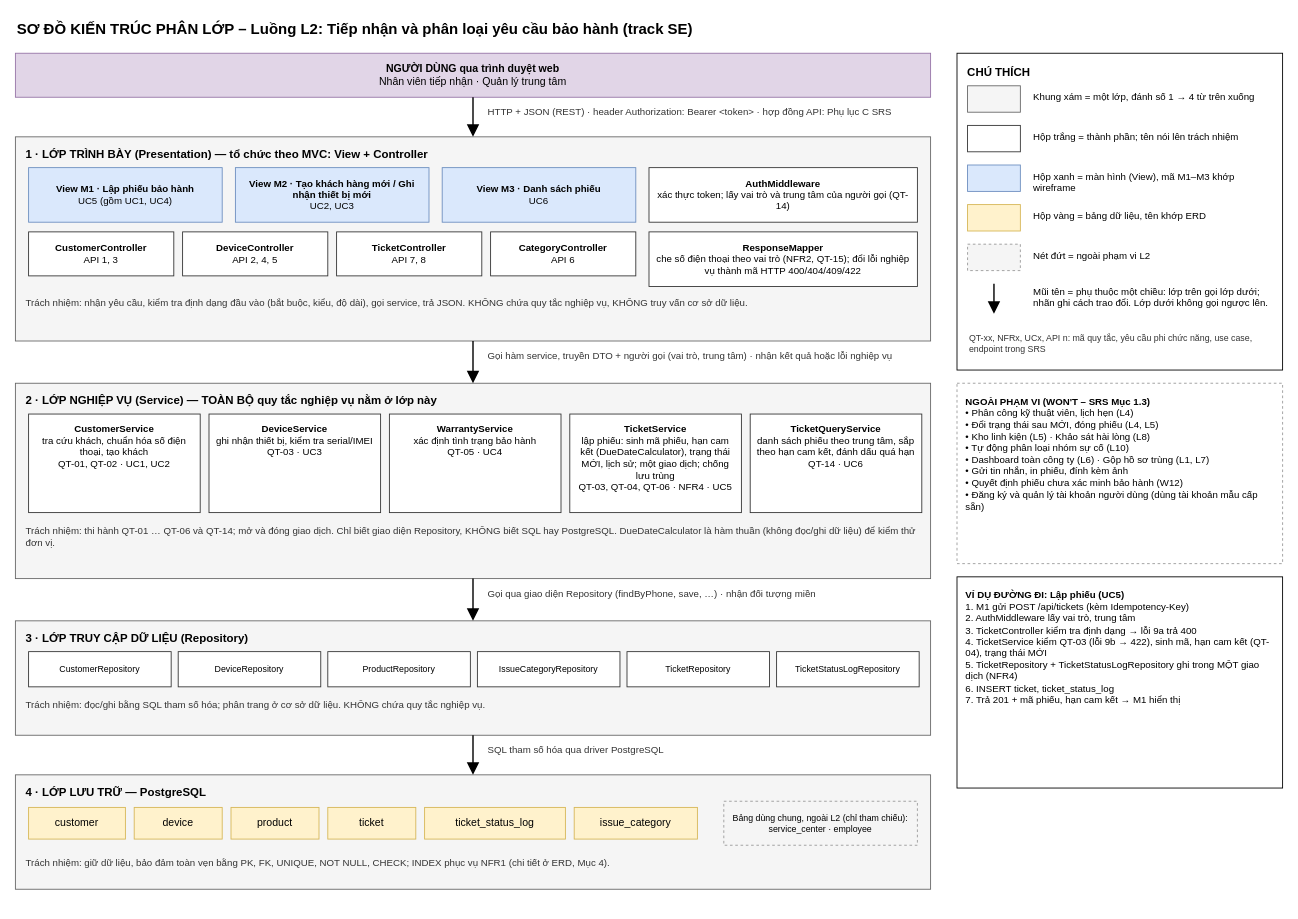
The draw.io diagram docs/architecture.drawio in vietphubdp/cdtn1-vophamvietphu-2, before the edit. Source tidied: cells renumbered, new cells numbered last; positions are measured from the earlier drawing's top-left corner, leaving out a move shared by most shapes. Both pictures are drawn from the tidied source at 88%, with x=0, y=0 at pixel (15, 15).
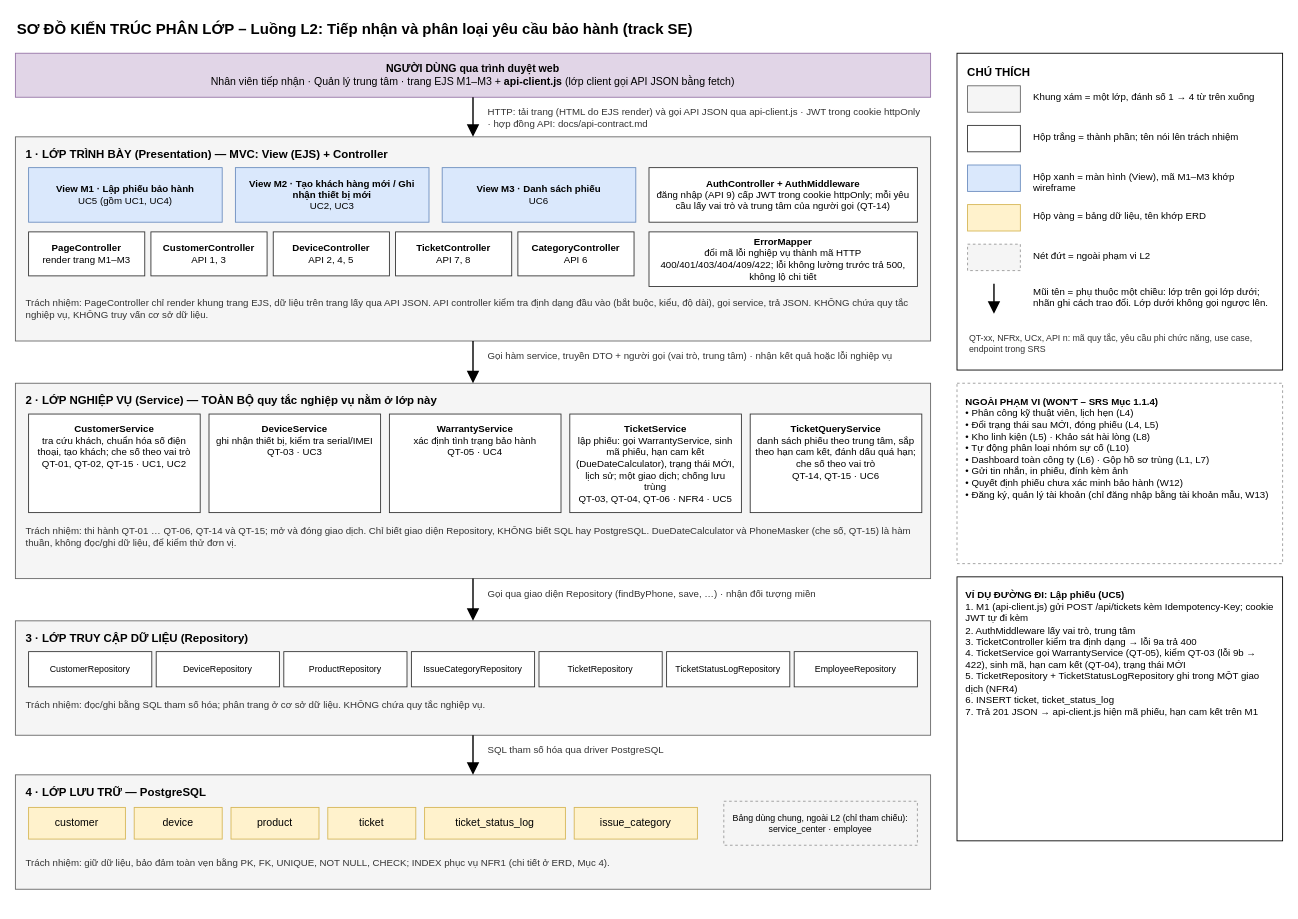
After the change.

Commit message (it also covers changes not shown here):
docs(arch): tách trang EJS và API JSON, chuyển che số điện thoại xuống Service

What changed in the source:
```diff
@@
-    <mxCell id="3" value="&lt;b&gt;NGƯỜI DÙNG qua trình duyệt web&lt;/b&gt;&lt;br&gt;Nhân viên tiếp nhận · Quản lý trung tâm" style="whiteSpace=wrap;html=1;fontSize=12;fontFamily=Helvetica;fontColor=#000000;align=center;verticalAlign=middle;spacing=6;strokeWidth=1;fillColor=#e1d5e7;strokeColor=#9673a6;" parent="1" vertex="1">
+    <mxCell id="3" value="&lt;b&gt;NGƯỜI DÙNG qua trình duyệt web&lt;/b&gt;&lt;br&gt;Nhân viên tiếp nhận · Quản lý trung tâm · trang EJS M1–M3 + &lt;b&gt;api-client.js&lt;/b&gt; (lớp client gọi API JSON bằng fetch)" style="whiteSpace=wrap;html=1;fontSize=12;fontFamily=Helvetica;fontColor=#000000;align=center;verticalAlign=middle;spacing=6;strokeWidth=1;fillColor=#e1d5e7;strokeColor=#9673a6;" parent="1" vertex="1">
       <mxGeometry y="43" width="1040" height="50" as="geometry" />
     </mxCell>
-    <mxCell id="4" value="HTTP + JSON (REST) · header Authorization: Bearer &amp;lt;token&amp;gt; · hợp đồng API: Phụ lục C SRS" style="text;whiteSpace=wrap;html=1;fontSize=11;fontFamily=Helvetica;fontColor=#333333;align=left;verticalAlign=top;spacing=2;strokeWidth=1;fillColor=none;strokeColor=none;" parent="1" vertex="1">
+    <mxCell id="4" value="HTTP: tải trang (HTML do EJS render) và gọi API JSON qua api-client.js · JWT trong cookie httpOnly · hợp đồng API: docs/api-contract.md" style="text;whiteSpace=wrap;html=1;fontSize=11;fontFamily=Helvetica;fontColor=#333333;align=left;verticalAlign=top;spacing=2;strokeWidth=1;fillColor=none;strokeColor=none;" parent="1" vertex="1">
       <mxGeometry x="535" y="97" width="500" height="40" as="geometry" />
     </mxCell>
@@
-    <mxCell id="6" value="&lt;b&gt;1 · LỚP TRÌNH BÀY (Presentation) — tổ chức theo MVC: View + Controller&lt;/b&gt;" style="text;whiteSpace=wrap;html=1;fontSize=13;fontFamily=Helvetica;fontColor=#000000;align=left;verticalAlign=top;spacing=2;strokeWidth=1;fillColor=none;strokeColor=none;" parent="1" vertex="1">
+    <mxCell id="6" value="&lt;b&gt;1 · LỚP TRÌNH BÀY (Presentation) — MVC: View (EJS) + Controller&lt;/b&gt;" style="text;whiteSpace=wrap;html=1;fontSize=13;fontFamily=Helvetica;fontColor=#000000;align=left;verticalAlign=top;spacing=2;strokeWidth=1;fillColor=none;strokeColor=none;" parent="1" vertex="1">
       <mxGeometry x="10" y="143" width="900" height="22" as="geometry" />
     </mxCell>
@@
+    <mxCell id="68" value="&lt;b&gt;PageController&lt;/b&gt;&lt;br&gt;render trang M1–M3" style="whiteSpace=wrap;html=1;fontSize=11;fontFamily=Helvetica;fontColor=#000000;align=center;verticalAlign=middle;spacing=6;strokeWidth=1;fillColor=#ffffff;strokeColor=#333333;" parent="1" vertex="1">
+      <mxGeometry x="15" y="246" width="132" height="50" as="geometry" />
+    </mxCell>
     <mxCell id="10" value="&lt;b&gt;CustomerController&lt;/b&gt;&lt;br&gt;API 1, 3" style="whiteSpace=wrap;html=1;fontSize=11;fontFamily=Helvetica;fontColor=#000000;align=center;verticalAlign=middle;spacing=6;strokeWidth=1;fillColor=#ffffff;strokeColor=#333333;" parent="1" vertex="1">
-      <mxGeometry x="15" y="246" width="165" height="50" as="geometry" />
+      <mxGeometry x="154" y="246" width="132" height="50" as="geometry" />
     </mxCell>
     <mxCell id="11" value="&lt;b&gt;DeviceController&lt;/b&gt;&lt;br&gt;API 2, 4, 5" style="whiteSpace=wrap;html=1;fontSize=11;fontFamily=Helvetica;fontColor=#000000;align=center;verticalAlign=middle;spacing=6;strokeWidth=1;fillColor=#ffffff;strokeColor=#333333;" parent="1" vertex="1">
-      <mxGeometry x="190" y="246" width="165" height="50" as="geometry" />
+      <mxGeometry x="293" y="246" width="132" height="50" as="geometry" />
     </mxCell>
     <mxCell id="12" value="&lt;b&gt;TicketController&lt;/b&gt;&lt;br&gt;API 7, 8" style="whiteSpace=wrap;html=1;fontSize=11;fontFamily=Helvetica;fontColor=#000000;align=center;verticalAlign=middle;spacing=6;strokeWidth=1;fillColor=#ffffff;strokeColor=#333333;" parent="1" vertex="1">
-      <mxGeometry x="365" y="246" width="165" height="50" as="geometry" />
+      <mxGeometry x="432" y="246" width="132" height="50" as="geometry" />
     </mxCell>
     <mxCell id="13" value="&lt;b&gt;CategoryController&lt;/b&gt;&lt;br&gt;API 6" style="whiteSpace=wrap;html=1;fontSize=11;fontFamily=Helvetica;fontColor=#000000;align=center;verticalAlign=middle;spacing=6;strokeWidth=1;fillColor=#ffffff;strokeColor=#333333;" parent="1" vertex="1">
-      <mxGeometry x="540" y="246" width="165" height="50" as="geometry" />
+      <mxGeometry x="571" y="246" width="132" height="50" as="geometry" />
     </mxCell>
-    <mxCell id="14" value="&lt;b&gt;AuthMiddleware&lt;/b&gt;&lt;br&gt;xác thực token; lấy vai trò và trung tâm của người gọi (QT-14)" style="whiteSpace=wrap;html=1;fontSize=11;fontFamily=Helvetica;fontColor=#000000;align=center;verticalAlign=middle;spacing=6;strokeWidth=1;fillColor=#ffffff;strokeColor=#333333;" parent="1" vertex="1">
+    <mxCell id="14" value="&lt;b&gt;AuthController + AuthMiddleware&lt;/b&gt;&lt;br&gt;đăng nhập (API 9) cấp JWT trong cookie httpOnly; mỗi yêu cầu lấy vai trò và trung tâm của người gọi (QT-14)" style="whiteSpace=wrap;html=1;fontSize=11;fontFamily=Helvetica;fontColor=#000000;align=center;verticalAlign=middle;spacing=6;strokeWidth=1;fillColor=#ffffff;strokeColor=#333333;" parent="1" vertex="1">
       <mxGeometry x="720" y="173" width="305" height="62" as="geometry" />
     </mxCell>
-    <mxCell id="15" value="&lt;b&gt;ResponseMapper&lt;/b&gt;&lt;br&gt;che số điện thoại theo vai trò (NFR2, QT-15); đổi lỗi nghiệp vụ thành mã HTTP 400/404/409/422" style="whiteSpace=wrap;html=1;fontSize=11;fontFamily=Helvetica;fontColor=#000000;align=center;verticalAlign=middle;spacing=6;strokeWidth=1;fillColor=#ffffff;strokeColor=#333333;" parent="1" vertex="1">
+    <mxCell id="15" value="&lt;b&gt;ErrorMapper&lt;/b&gt;&lt;br&gt;đổi mã lỗi nghiệp vụ thành mã HTTP 400/401/403/404/409/422; lỗi không lường trước trả 500, không lộ chi tiết" style="whiteSpace=wrap;html=1;fontSize=11;fontFamily=Helvetica;fontColor=#000000;align=center;verticalAlign=middle;spacing=6;strokeWidth=1;fillColor=#ffffff;strokeColor=#333333;" parent="1" vertex="1">
       <mxGeometry x="720" y="246" width="305" height="62" as="geometry" />
     </mxCell>
-    <mxCell id="16" value="Trách nhiệm: nhận yêu cầu, kiểm tra định dạng đầu vào (bắt buộc, kiểu, độ dài), gọi service, trả JSON. KHÔNG chứa quy tắc nghiệp vụ, KHÔNG truy vấn cơ sở dữ liệu." style="text;whiteSpace=wrap;html=1;fontSize=11;fontFamily=Helvetica;fontColor=#333333;align=left;verticalAlign=top;spacing=2;strokeWidth=1;fillColor=none;strokeColor=none;" parent="1" vertex="1">
+    <mxCell id="16" value="Trách nhiệm: PageController chỉ render khung trang EJS, dữ liệu trên trang lấy qua API JSON. API controller kiểm tra định dạng đầu vào (bắt buộc, kiểu, độ dài), gọi service, trả JSON. KHÔNG chứa quy tắc nghiệp vụ, KHÔNG truy vấn cơ sở dữ liệu." style="text;whiteSpace=wrap;html=1;fontSize=11;fontFamily=Helvetica;fontColor=#333333;align=left;verticalAlign=top;spacing=2;strokeWidth=1;fillColor=none;strokeColor=none;" parent="1" vertex="1">
       <mxGeometry x="10" y="314" width="1020" height="52" as="geometry" />
     </mxCell>
@@
-    <mxCell id="20" value="&lt;b&gt;CustomerService&lt;/b&gt;&lt;br&gt;tra cứu khách, chuẩn hóa số điện thoại, tạo khách&lt;br&gt;QT-01, QT-02 · UC1, UC2" style="whiteSpace=wrap;html=1;fontSize=11;fontFamily=Helvetica;fontColor=#000000;align=center;verticalAlign=top;spacing=6;strokeWidth=1;fillColor=#ffffff;strokeColor=#333333;" parent="1" vertex="1">
+    <mxCell id="20" value="&lt;b&gt;CustomerService&lt;/b&gt;&lt;br&gt;tra cứu khách, chuẩn hóa số điện thoại, tạo khách; che số theo vai trò&lt;br&gt;QT-01, QT-02, QT-15 · UC1, UC2" style="whiteSpace=wrap;html=1;fontSize=11;fontFamily=Helvetica;fontColor=#000000;align=center;verticalAlign=top;spacing=6;strokeWidth=1;fillColor=#ffffff;strokeColor=#333333;" parent="1" vertex="1">
       <mxGeometry x="15" y="453" width="195" height="112" as="geometry" />
     </mxCell>
@@
-    <mxCell id="23" value="&lt;b&gt;TicketService&lt;/b&gt;&lt;br&gt;lập phiếu: sinh mã phiếu, hạn cam kết (DueDateCalculator), trạng thái MỚI, lịch sử; một giao dịch; chống lưu trùng&lt;br&gt;QT-03, QT-04, QT-06 · NFR4 · UC5" style="whiteSpace=wrap;html=1;fontSize=11;fontFamily=Helvetica;fontColor=#000000;align=center;verticalAlign=top;spacing=6;strokeWidth=1;fillColor=#ffffff;strokeColor=#333333;" parent="1" vertex="1">
+    <mxCell id="23" value="&lt;b&gt;TicketService&lt;/b&gt;&lt;br&gt;lập phiếu: gọi WarrantyService, sinh mã phiếu, hạn cam kết (DueDateCalculator), trạng thái MỚI, lịch sử; một giao dịch; chống lưu trùng&lt;br&gt;QT-03, QT-04, QT-06 · NFR4 · UC5" style="whiteSpace=wrap;html=1;fontSize=11;fontFamily=Helvetica;fontColor=#000000;align=center;verticalAlign=top;spacing=6;strokeWidth=1;fillColor=#ffffff;strokeColor=#333333;" parent="1" vertex="1">
       <mxGeometry x="630" y="453" width="195" height="112" as="geometry" />
     </mxCell>
-    <mxCell id="24" value="&lt;b&gt;TicketQueryService&lt;/b&gt;&lt;br&gt;danh sách phiếu theo trung tâm, sắp theo hạn cam kết, đánh dấu quá hạn&lt;br&gt;QT-14 · UC6" style="whiteSpace=wrap;html=1;fontSize=11;fontFamily=Helvetica;fontColor=#000000;align=center;verticalAlign=top;spacing=6;strokeWidth=1;fillColor=#ffffff;strokeColor=#333333;" parent="1" vertex="1">
+    <mxCell id="24" value="&lt;b&gt;TicketQueryService&lt;/b&gt;&lt;br&gt;danh sách phiếu theo trung tâm, sắp theo hạn cam kết, đánh dấu quá hạn; che số theo vai trò&lt;br&gt;QT-14, QT-15 · UC6" style="whiteSpace=wrap;html=1;fontSize=11;fontFamily=Helvetica;fontColor=#000000;align=center;verticalAlign=top;spacing=6;strokeWidth=1;fillColor=#ffffff;strokeColor=#333333;" parent="1" vertex="1">
       <mxGeometry x="835" y="453" width="195" height="112" as="geometry" />
     </mxCell>
-    <mxCell id="25" value="Trách nhiệm: thi hành QT-01 … QT-06 và QT-14; mở và đóng giao dịch. Chỉ biết giao diện Repository, KHÔNG biết SQL hay PostgreSQL. DueDateCalculator là hàm thuần (không đọc/ghi dữ liệu) để kiểm thử đơn vị." style="text;whiteSpace=wrap;html=1;fontSize=11;fontFamily=Helvetica;fontColor=#333333;align=left;verticalAlign=top;spacing=2;strokeWidth=1;fillColor=none;strokeColor=none;" parent="1" vertex="1">
+    <mxCell id="25" value="Trách nhiệm: thi hành QT-01 … QT-06, QT-14 và QT-15; mở và đóng giao dịch. Chỉ biết giao diện Repository, KHÔNG biết SQL hay PostgreSQL. DueDateCalculator và PhoneMasker (che số, QT-15) là hàm thuần, không đọc/ghi dữ liệu, để kiểm thử đơn vị." style="text;whiteSpace=wrap;html=1;fontSize=11;fontFamily=Helvetica;fontColor=#333333;align=left;verticalAlign=top;spacing=2;strokeWidth=1;fillColor=none;strokeColor=none;" parent="1" vertex="1">
       <mxGeometry x="10" y="573" width="1020" height="60" as="geometry" />
     </mxCell>
@@
     <mxCell id="29" value="CustomerRepository" style="whiteSpace=wrap;html=1;fontSize=10;fontFamily=Helvetica;fontColor=#000000;align=center;verticalAlign=middle;spacing=3;strokeWidth=1;fillColor=#ffffff;strokeColor=#333333;" parent="1" vertex="1">
-      <mxGeometry x="15" y="723" width="162" height="40" as="geometry" />
+      <mxGeometry x="15" y="723" width="140" height="40" as="geometry" />
     </mxCell>
     <mxCell id="30" value="DeviceRepository" style="whiteSpace=wrap;html=1;fontSize=10;fontFamily=Helvetica;fontColor=#000000;align=center;verticalAlign=middle;spacing=3;strokeWidth=1;fillColor=#ffffff;strokeColor=#333333;" parent="1" vertex="1">
-      <mxGeometry x="185" y="723" width="162" height="40" as="geometry" />
+      <mxGeometry x="160" y="723" width="140" height="40" as="geometry" />
     </mxCell>
     <mxCell id="31" value="ProductRepository" style="whiteSpace=wrap;html=1;fontSize=10;fontFamily=Helvetica;fontColor=#000000;align=center;verticalAlign=middle;spacing=3;strokeWidth=1;fillColor=#ffffff;strokeColor=#333333;" parent="1" vertex="1">
-      <mxGeometry x="355" y="723" width="162" height="40" as="geometry" />
+      <mxGeometry x="305" y="723" width="140" height="40" as="geometry" />
     </mxCell>
     <mxCell id="32" value="IssueCategoryRepository" style="whiteSpace=wrap;html=1;fontSize=10;fontFamily=Helvetica;fontColor=#000000;align=center;verticalAlign=middle;spacing=3;strokeWidth=1;fillColor=#ffffff;strokeColor=#333333;" parent="1" vertex="1">
-      <mxGeometry x="525" y="723" width="162" height="40" as="geometry" />
+      <mxGeometry x="450" y="723" width="140" height="40" as="geometry" />
     </mxCell>
     <mxCell id="33" value="TicketRepository" style="whiteSpace=wrap;html=1;fontSize=10;fontFamily=Helvetica;fontColor=#000000;align=center;verticalAlign=middle;spacing=3;strokeWidth=1;fillColor=#ffffff;strokeColor=#333333;" parent="1" vertex="1">
-      <mxGeometry x="695" y="723" width="162" height="40" as="geometry" />
+      <mxGeometry x="595" y="723" width="140" height="40" as="geometry" />
     </mxCell>
     <mxCell id="34" value="TicketStatusLogRepository" style="whiteSpace=wrap;html=1;fontSize=10;fontFamily=Helvetica;fontColor=#000000;align=center;verticalAlign=middle;spacing=3;strokeWidth=1;fillColor=#ffffff;strokeColor=#333333;" parent="1" vertex="1">
-      <mxGeometry x="865" y="723" width="162" height="40" as="geometry" />
+      <mxGeometry x="740" y="723" width="140" height="40" as="geometry" />
     </mxCell>
+    <mxCell id="69" value="EmployeeRepository" style="whiteSpace=wrap;html=1;fontSize=10;fontFamily=Helvetica;fontColor=#000000;align=center;verticalAlign=middle;spacing=3;strokeWidth=1;fillColor=#ffffff;strokeColor=#333333;" parent="1" vertex="1">
+      <mxGeometry x="885" y="723" width="140" height="40" as="geometry" />
+    </mxCell>
@@
-    <mxCell id="61" value="&lt;b&gt;NGOÀI PHẠM VI (WON&amp;#x27;T – SRS Mục 1.3)&lt;/b&gt;&lt;br&gt;• Phân công kỹ thuật viên, lịch hẹn (L4)&lt;br&gt;• Đổi trạng thái sau MỚI, đóng phiếu (L4, L5)&lt;br&gt;• Kho linh kiện (L5) · Khảo sát hài lòng (L8)&lt;br&gt;• Tự động phân loại nhóm sự cố (L10)&lt;br&gt;• Dashboard toàn công ty (L6) · Gộp hồ sơ trùng (L1, L7)&lt;br&gt;• Gửi tin nhắn, in phiếu, đính kèm ảnh&lt;br&gt;• Quyết định phiếu chưa xác minh bảo hành (W12)&lt;br&gt;• Đăng ký và quản lý tài khoản người dùng (dùng tài khoản mẫu cấp sẵn)" style="whiteSpace=wrap;html=1;fontSize=11;fontFamily=Helvetica;fontColor=#000000;align=left;verticalAlign=top;spacing=10;strokeWidth=1;fillColor=#ffffff;strokeColor=#999999;dashed=1;" parent="1" vertex="1">
+    <mxCell id="61" value="&lt;b&gt;NGOÀI PHẠM VI (WON'T – SRS Mục 1.1.4)&lt;/b&gt;&lt;br&gt;• Phân công kỹ thuật viên, lịch hẹn (L4)&lt;br&gt;• Đổi trạng thái sau MỚI, đóng phiếu (L4, L5)&lt;br&gt;• Kho linh kiện (L5) · Khảo sát hài lòng (L8)&lt;br&gt;• Tự động phân loại nhóm sự cố (L10)&lt;br&gt;• Dashboard toàn công ty (L6) · Gộp hồ sơ trùng (L1, L7)&lt;br&gt;• Gửi tin nhắn, in phiếu, đính kèm ảnh&lt;br&gt;• Quyết định phiếu chưa xác minh bảo hành (W12)&lt;br&gt;• Đăng ký, quản lý tài khoản (chỉ đăng nhập bằng tài khoản mẫu, W13)" style="whiteSpace=wrap;html=1;fontSize=11;fontFamily=Helvetica;fontColor=#000000;align=left;verticalAlign=top;spacing=10;strokeWidth=1;fillColor=#ffffff;strokeColor=#999999;dashed=1;" parent="1" vertex="1">
       <mxGeometry x="1070" y="418" width="370" height="205" as="geometry" />
     </mxCell>
-    <mxCell id="62" value="&lt;b&gt;VÍ DỤ ĐƯỜNG ĐI: Lập phiếu (UC5)&lt;/b&gt;&lt;br&gt;1. M1 gửi POST /api/tickets (kèm Idempotency-Key)&lt;br&gt;2. AuthMiddleware lấy vai trò, trung tâm&lt;br&gt;3. TicketController kiểm tra định dạng → lỗi 9a trả 400&lt;br&gt;4. TicketService kiểm QT-03 (lỗi 9b → 422), sinh mã, hạn cam kết (QT-04), trạng thái MỚI&lt;br&gt;5. TicketRepository + TicketStatusLogRepository ghi trong MỘT giao dịch (NFR4)&lt;br&gt;6. INSERT ticket, ticket_status_log&lt;br&gt;7. Trả 201 + mã phiếu, hạn cam kết → M1 hiển thị" style="whiteSpace=wrap;html=1;fontSize=11;fontFamily=Helvetica;fontColor=#000000;align=left;verticalAlign=top;spacing=10;strokeWidth=1;fillColor=#ffffff;strokeColor=#000000;" parent="1" vertex="1">
-      <mxGeometry x="1070" y="638" width="370" height="240" as="geometry" />
+    <mxCell id="62" value="&lt;b&gt;VÍ DỤ ĐƯỜNG ĐI: Lập phiếu (UC5)&lt;/b&gt;&lt;br&gt;1. M1 (api-client.js) gửi POST /api/tickets kèm Idempotency-Key; cookie JWT tự đi kèm&lt;br&gt;2. AuthMiddleware lấy vai trò, trung tâm&lt;br&gt;3. TicketController kiểm tra định dạng → lỗi 9a trả 400&lt;br&gt;4. TicketService gọi WarrantyService (QT-05), kiểm QT-03 (lỗi 9b → 422), sinh mã, hạn cam kết (QT-04), trạng thái MỚI&lt;br&gt;5. TicketRepository + TicketStatusLogRepository ghi trong MỘT giao dịch (NFR4)&lt;br&gt;6. INSERT ticket, ticket_status_log&lt;br&gt;7. Trả 201 JSON → api-client.js hiện mã phiếu, hạn cam kết trên M1" style="whiteSpace=wrap;html=1;fontSize=11;fontFamily=Helvetica;fontColor=#000000;align=left;verticalAlign=top;spacing=10;strokeWidth=1;fillColor=#ffffff;strokeColor=#000000;" parent="1" vertex="1">
+      <mxGeometry x="1070" y="638" width="370" height="300" as="geometry" />
     </mxCell>
```
